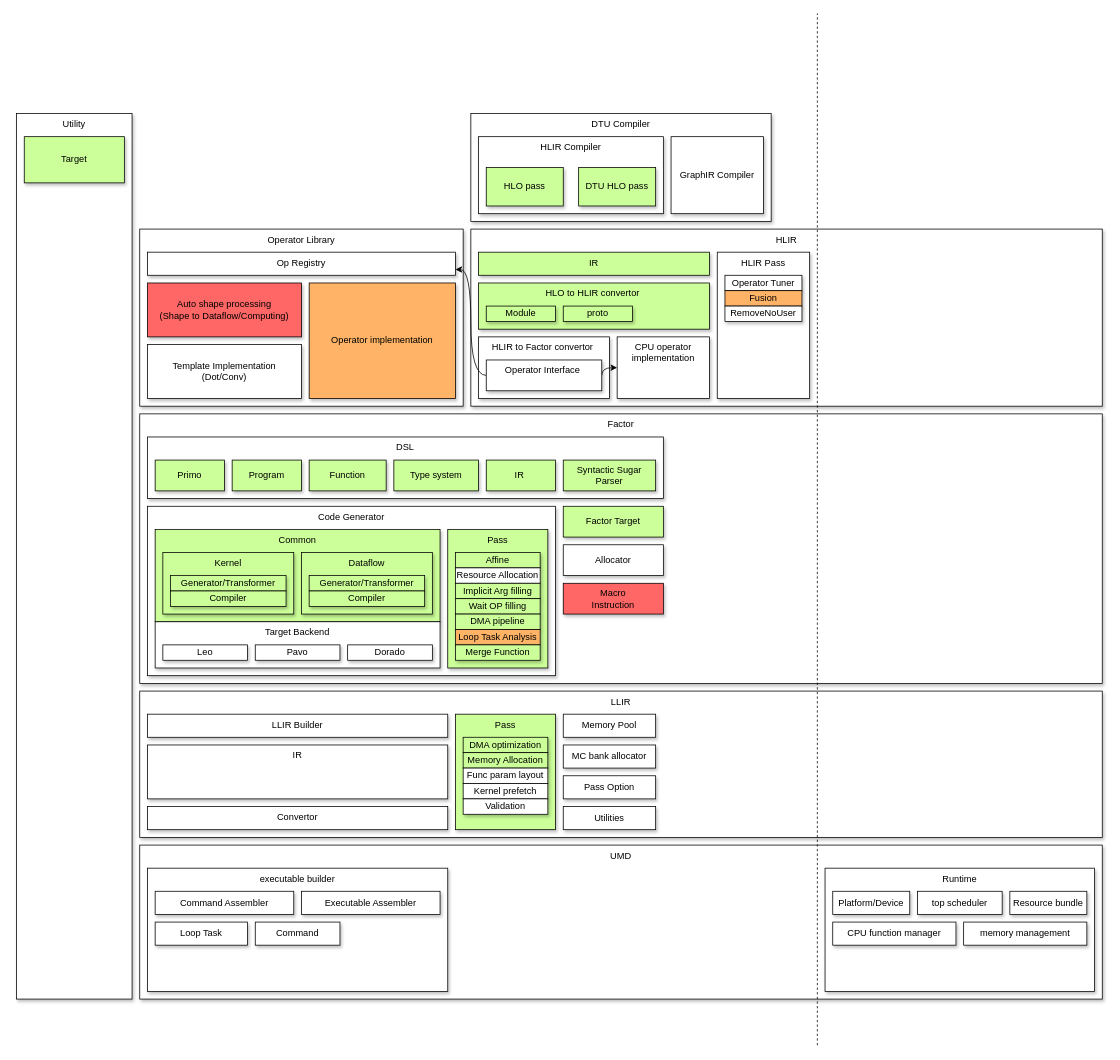
dingsg/drawio keeps this draw.io diagram as 组件及关系图.drawio. Above is the earlier version. Source tidied: cells renumbered, new cells numbered last; positions are measured from the earlier drawing's top-left corner, leaving out a move shared by most shapes. Both pictures are drawn from the tidied source at 77%, with x=0, y=0 at pixel (16, 13).
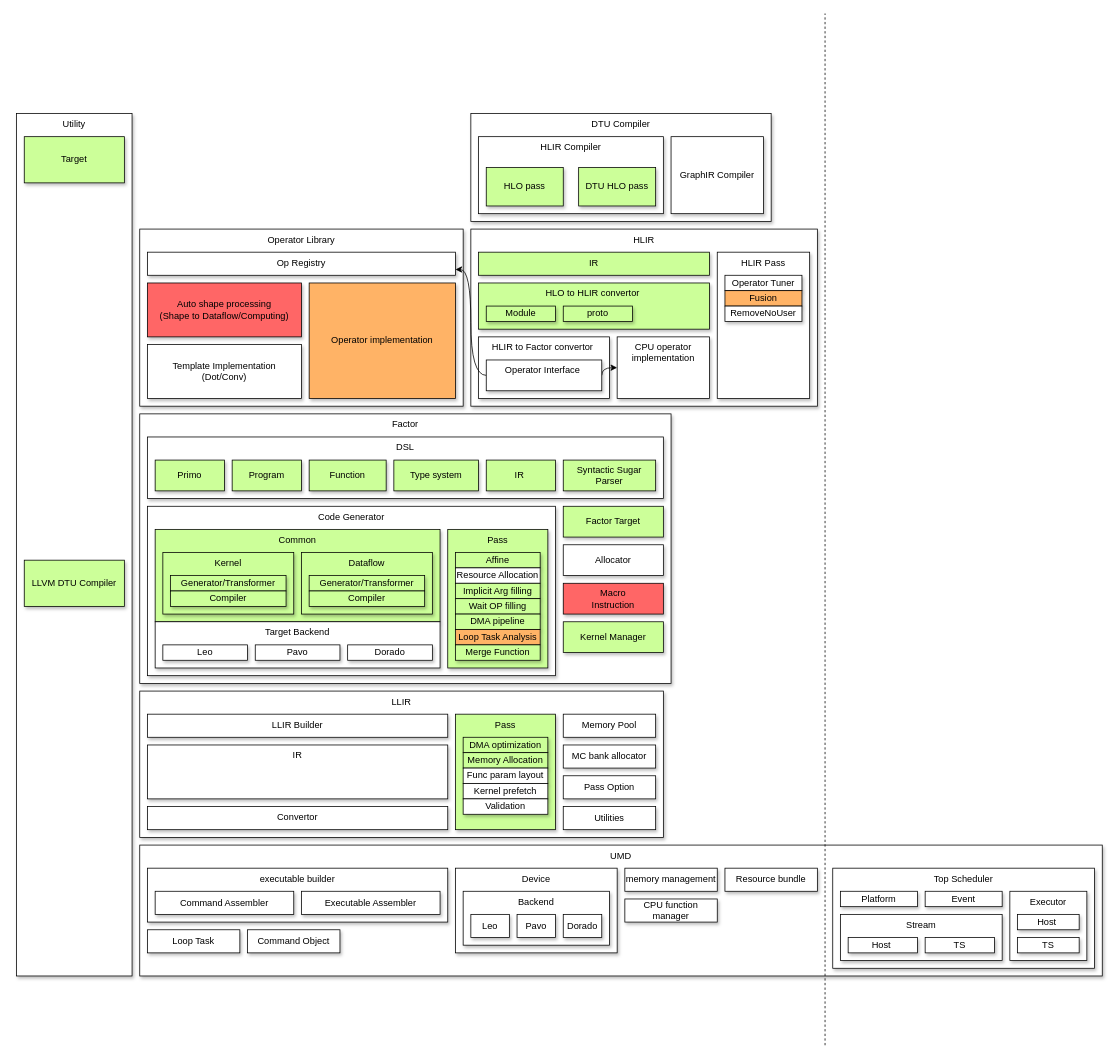
The same diagram, later.

Commit message:
Update 组件及关系图.drawio

The edit, as a diff of the source:
```diff
@@
     <mxCell id="3" value="Factor" style="rounded=0;whiteSpace=wrap;html=1;align=center;verticalAlign=top;shadow=1;" parent="1" vertex="1">
-      <mxGeometry x="160" y="520" width="1250" height="350" as="geometry" />
+      <mxGeometry x="160" y="520" width="690" height="350" as="geometry" />
     </mxCell>
@@
     <mxCell id="6" value="HLIR" style="rounded=0;whiteSpace=wrap;html=1;align=center;verticalAlign=top;shadow=1;" parent="1" vertex="1">
-      <mxGeometry x="590" y="280" width="820" height="230" as="geometry" />
+      <mxGeometry x="590" y="280" width="450" height="230" as="geometry" />
     </mxCell>
@@
     <mxCell id="30" value="Utility" style="rounded=0;whiteSpace=wrap;html=1;align=center;verticalAlign=top;shadow=1;" parent="1" vertex="1">
-      <mxGeometry y="130" width="150" height="1150" as="geometry" />
+      <mxGeometry y="130" width="150" height="1120" as="geometry" />
     </mxCell>
@@
     <mxCell id="59" value="LLIR" style="rounded=0;whiteSpace=wrap;html=1;align=center;verticalAlign=top;shadow=1;" parent="1" vertex="1">
-      <mxGeometry x="160" y="880" width="1250" height="190" as="geometry" />
+      <mxGeometry x="160" y="880" width="680" height="190" as="geometry" />
     </mxCell>
@@
     <mxCell id="73" value="UMD" style="rounded=0;whiteSpace=wrap;html=1;align=center;verticalAlign=top;shadow=1;" parent="1" vertex="1">
-      <mxGeometry x="160" y="1080" width="1250" height="200" as="geometry" />
+      <mxGeometry x="160" y="1080" width="1250" height="170" as="geometry" />
     </mxCell>
     <mxCell id="74" style="endArrow=none;dashed=1;html=1;" parent="1" edge="1">
       <mxGeometry relative="1" as="geometry">
-        <mxPoint x="1040" y="1340" as="sourcePoint" />
-        <mxPoint x="1040" as="targetPoint" />
+        <mxPoint x="1050" y="1340" as="sourcePoint" />
+        <mxPoint x="1050" as="targetPoint" />
       </mxGeometry>
     </mxCell>
     <mxCell id="75" value="executable builder" style="rounded=0;whiteSpace=wrap;html=1;shadow=1;fillColor=#FFFFFF;align=center;verticalAlign=top;" parent="1" vertex="1">
-      <mxGeometry x="170" y="1110" width="390" height="160" as="geometry" />
+      <mxGeometry x="170" y="1110" width="390" height="70" as="geometry" />
     </mxCell>
-    <mxCell id="76" value="Runtime" style="rounded=0;whiteSpace=wrap;html=1;shadow=1;fillColor=#FFFFFF;align=center;verticalAlign=top;" parent="1" vertex="1">
-      <mxGeometry x="1050" y="1110" width="350" height="160" as="geometry" />
+    <mxCell id="76" value="Top Scheduler" style="rounded=0;whiteSpace=wrap;html=1;shadow=1;fillColor=#FFFFFF;align=center;verticalAlign=top;" parent="1" vertex="1">
+      <mxGeometry x="1060" y="1110" width="340" height="130" as="geometry" />
     </mxCell>
-    <mxCell id="77" value="Platform/Device" style="rounded=0;whiteSpace=wrap;html=1;shadow=1;fillColor=#FFFFFF;align=center;" parent="1" vertex="1">
-      <mxGeometry x="1060" y="1140" width="100" height="30" as="geometry" />
-    </mxCell>
@@
     <mxCell id="79" value="Loop Task" style="rounded=0;whiteSpace=wrap;html=1;shadow=1;fillColor=#FFFFFF;align=center;" parent="1" vertex="1">
-      <mxGeometry x="180" y="1180" width="120" height="30" as="geometry" />
+      <mxGeometry x="170" y="1190" width="120" height="30" as="geometry" />
     </mxCell>
-    <mxCell id="80" value="Command" style="rounded=0;whiteSpace=wrap;html=1;shadow=1;fillColor=#FFFFFF;align=center;" parent="1" vertex="1">
-      <mxGeometry x="310" y="1180" width="110" height="30" as="geometry" />
-    </mxCell>
@@
-    <mxCell id="82" value="top scheduler" style="rounded=0;whiteSpace=wrap;html=1;shadow=1;fillColor=#FFFFFF;align=center;" parent="1" vertex="1">
-      <mxGeometry x="1170" y="1140" width="110" height="30" as="geometry" />
-    </mxCell>
     <mxCell id="83" value="Resource bundle" style="rounded=0;whiteSpace=wrap;html=1;shadow=1;fillColor=#FFFFFF;align=center;" parent="1" vertex="1">
-      <mxGeometry x="1290" y="1140" width="100" height="30" as="geometry" />
+      <mxGeometry x="920" y="1110" width="120" height="30" as="geometry" />
     </mxCell>
     <mxCell id="84" value="memory management" style="rounded=0;whiteSpace=wrap;html=1;shadow=1;fillColor=#FFFFFF;align=center;" parent="1" vertex="1">
-      <mxGeometry x="1230" y="1180" width="160" height="30" as="geometry" />
+      <mxGeometry x="790" y="1110" width="120" height="30" as="geometry" />
     </mxCell>
     <mxCell id="85" value="CPU function manager" style="rounded=0;whiteSpace=wrap;html=1;shadow=1;fillColor=#FFFFFF;align=center;" parent="1" vertex="1">
-      <mxGeometry x="1060" y="1180" width="160" height="30" as="geometry" />
+      <mxGeometry x="790" y="1150" width="120" height="30" as="geometry" />
     </mxCell>
+    <mxCell id="86" value="LLVM DTU Compiler" style="rounded=0;whiteSpace=wrap;html=1;align=center;shadow=1;fillColor=#CCFF99;" parent="1" vertex="1">
+      <mxGeometry x="10" y="710" width="130" height="60" as="geometry" />
+    </mxCell>
+    <mxCell id="87" value="Kernel Manager" style="rounded=0;whiteSpace=wrap;html=1;align=center;shadow=1;fillColor=#CCFF99;" parent="1" vertex="1">
+      <mxGeometry x="710" y="790" width="130" height="40" as="geometry" />
+    </mxCell>
+    <mxCell id="88" value="Command Object" style="rounded=0;whiteSpace=wrap;html=1;shadow=1;fillColor=#FFFFFF;align=center;" parent="1" vertex="1">
+      <mxGeometry x="300" y="1190" width="120" height="30" as="geometry" />
+    </mxCell>
+    <mxCell id="89" value="Device" style="rounded=0;whiteSpace=wrap;html=1;verticalAlign=top;shadow=1;" parent="1" vertex="1">
+      <mxGeometry x="570" y="1110" width="210" height="110" as="geometry" />
+    </mxCell>
+    <mxCell id="90" value="Backend" style="rounded=0;whiteSpace=wrap;html=1;shadow=1;fillColor=#FFFFFF;align=center;verticalAlign=top;" parent="1" vertex="1">
+      <mxGeometry x="580" y="1140" width="190" height="70" as="geometry" />
+    </mxCell>
+    <mxCell id="91" value="Leo" style="rounded=0;whiteSpace=wrap;html=1;shadow=1;fillColor=#FFFFFF;align=center;" parent="1" vertex="1">
+      <mxGeometry x="590" y="1170" width="50" height="30" as="geometry" />
+    </mxCell>
+    <mxCell id="92" value="Pavo" style="rounded=0;whiteSpace=wrap;html=1;shadow=1;fillColor=#FFFFFF;align=center;" parent="1" vertex="1">
+      <mxGeometry x="650" y="1170" width="50" height="30" as="geometry" />
+    </mxCell>
+    <mxCell id="93" value="Dorado" style="rounded=0;whiteSpace=wrap;html=1;shadow=1;fillColor=#FFFFFF;align=center;" parent="1" vertex="1">
+      <mxGeometry x="710" y="1170" width="50" height="30" as="geometry" />
+    </mxCell>
+    <mxCell id="77" value="Platform" style="rounded=0;whiteSpace=wrap;html=1;shadow=1;fillColor=#FFFFFF;align=center;" parent="1" vertex="1">
+      <mxGeometry x="1070" y="1140" width="100" height="20" as="geometry" />
+    </mxCell>
+    <mxCell id="94" value="Event" style="rounded=0;whiteSpace=wrap;html=1;shadow=1;fillColor=#FFFFFF;align=center;" parent="1" vertex="1">
+      <mxGeometry x="1180" y="1140" width="100" height="20" as="geometry" />
+    </mxCell>
+    <mxCell id="95" value="Executor" style="rounded=0;whiteSpace=wrap;html=1;shadow=1;fillColor=#FFFFFF;align=center;verticalAlign=top;" parent="1" vertex="1">
+      <mxGeometry x="1290" y="1140" width="100" height="90" as="geometry" />
+    </mxCell>
+    <mxCell id="96" value="Stream" style="rounded=0;whiteSpace=wrap;html=1;shadow=1;fillColor=#FFFFFF;align=center;verticalAlign=top;" parent="1" vertex="1">
+      <mxGeometry x="1070" y="1170" width="210" height="60" as="geometry" />
+    </mxCell>
+    <mxCell id="97" value="Host&amp;nbsp;" style="rounded=0;whiteSpace=wrap;html=1;shadow=1;fillColor=#FFFFFF;align=center;" parent="1" vertex="1">
+      <mxGeometry x="1080" y="1200" width="90" height="20" as="geometry" />
+    </mxCell>
+    <mxCell id="98" value="TS" style="rounded=0;whiteSpace=wrap;html=1;shadow=1;fillColor=#FFFFFF;align=center;" parent="1" vertex="1">
+      <mxGeometry x="1180" y="1200" width="90" height="20" as="geometry" />
+    </mxCell>
+    <mxCell id="99" value="Host&amp;nbsp;" style="rounded=0;whiteSpace=wrap;html=1;shadow=1;fillColor=#FFFFFF;align=center;" parent="1" vertex="1">
+      <mxGeometry x="1300" y="1170" width="80" height="20" as="geometry" />
+    </mxCell>
+    <mxCell id="100" value="TS" style="rounded=0;whiteSpace=wrap;html=1;shadow=1;fillColor=#FFFFFF;align=center;" parent="1" vertex="1">
+      <mxGeometry x="1300" y="1200" width="80" height="20" as="geometry" />
+    </mxCell>
```
